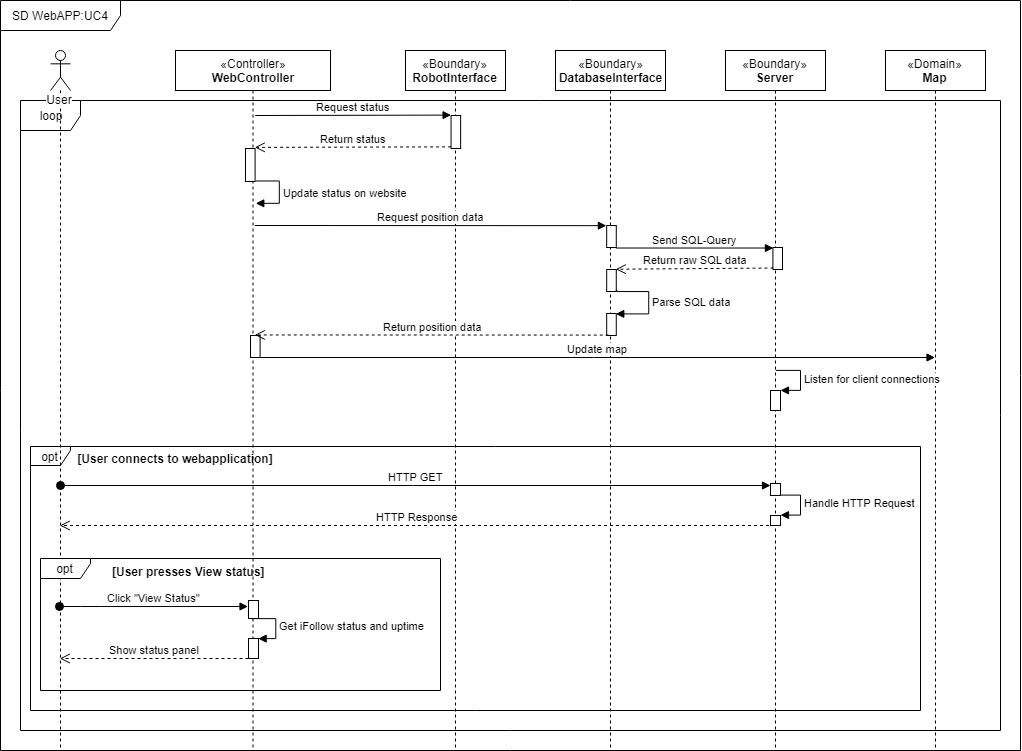
MkLJensen/iFollow keeps this draw.io diagram as Arkitektur/System Sekvens Diagrammer/WebAPP_SD_UC4.png. Above is the earlier version. Source tidied: cells renumbered, new cells last; positions are measured from the earlier drawing's top-left corner, leaving out a move shared by most shapes.
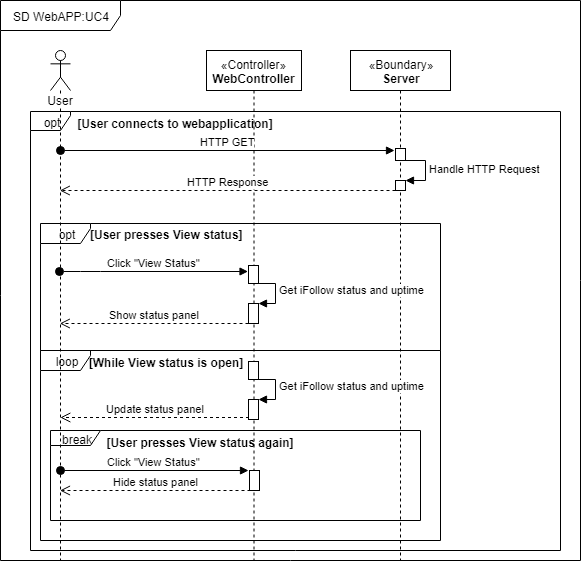
The same file after the commit.

What changed in the source:
```diff
@@ -2,179 +2,131 @@
   <root>
     <mxCell id="0" />
     <mxCell id="1" parent="0" />
+    <mxCell id="4" value="loop" style="shape=umlFrame;whiteSpace=wrap;html=1;width=50;height=20;" parent="1" vertex="1">
+      <mxGeometry x="40" y="350" width="400" height="190" as="geometry" />
+    </mxCell>
+    <mxCell id="43" value="break" style="shape=umlFrame;whiteSpace=wrap;html=1;width=50;height=15;" parent="1" vertex="1">
+      <mxGeometry x="50" y="430" width="370" height="90" as="geometry" />
+    </mxCell>
+    <mxCell id="37" value="opt" style="shape=umlFrame;whiteSpace=wrap;html=1;width=50;height=20;" parent="1" vertex="1">
+      <mxGeometry x="40" y="223" width="400" height="127" as="geometry" />
+    </mxCell>
+    <mxCell id="3" value="SD WebAPP:UC4" style="shape=umlFrame;whiteSpace=wrap;html=1;width=120;height=30;" parent="1" vertex="1">
+      <mxGeometry width="580" height="560" as="geometry" />
+    </mxCell>
     <mxCell id="2" value="&lt;span&gt;«Controller»&lt;/span&gt;&lt;br&gt;&lt;b&gt;WebController&lt;/b&gt;" style="shape=umlLifeline;perimeter=lifelinePerimeter;whiteSpace=wrap;html=1;" parent="1" vertex="1">
-      <mxGeometry x="175" y="50" width="155" height="700" as="geometry" />
+      <mxGeometry x="206" y="50" width="95" height="510" as="geometry" />
     </mxCell>
-    <mxCell id="3" value="SD WebAPP:UC4" style="shape=umlFrame;whiteSpace=wrap;html=1;width=120;height=30;" parent="1" vertex="1">
-      <mxGeometry width="1020" height="750" as="geometry" />
-    </mxCell>
-    <mxCell id="4" value="loop" style="shape=umlFrame;whiteSpace=wrap;html=1;" parent="1" vertex="1">
-      <mxGeometry x="20" y="100" width="980" height="630" as="geometry" />
-    </mxCell>
     <mxCell id="5" value="opt" style="shape=umlFrame;whiteSpace=wrap;html=1;width=40;height=19;" parent="1" vertex="1">
-      <mxGeometry x="30" y="446" width="890" height="264" as="geometry" />
+      <mxGeometry x="30" y="111" width="530" height="439" as="geometry" />
     </mxCell>
     <mxCell id="6" value="User" style="shape=umlLifeline;participant=umlActor;perimeter=lifelinePerimeter;whiteSpace=wrap;html=1;verticalAlign=top;spacingTop=36;labelBackgroundColor=#ffffff;outlineConnect=0;" parent="1" vertex="1">
-      <mxGeometry x="50" y="50" width="20" height="700" as="geometry" />
+      <mxGeometry x="50" y="50" width="20" height="510" as="geometry" />
     </mxCell>
-    <mxCell id="7" value="&lt;span&gt;«Boundary»&lt;/span&gt;&lt;br&gt;&lt;b&gt;DatabaseInterface&lt;/b&gt;" style="shape=umlLifeline;perimeter=lifelinePerimeter;whiteSpace=wrap;html=1;" parent="1" vertex="1">
-      <mxGeometry x="555" y="50" width="110" height="700" as="geometry" />
-    </mxCell>
-    <mxCell id="8" value="&lt;span&gt;«Boundary»&lt;/span&gt;&lt;br&gt;&lt;b&gt;RobotInterface&lt;/b&gt;" style="shape=umlLifeline;perimeter=lifelinePerimeter;whiteSpace=wrap;html=1;" parent="1" vertex="1">
-      <mxGeometry x="405" y="50" width="100" height="700" as="geometry" />
-    </mxCell>
-    <mxCell id="9" value="&lt;span&gt;«Domain»&lt;/span&gt;&lt;br&gt;&lt;b&gt;Map&lt;/b&gt;" style="shape=umlLifeline;perimeter=lifelinePerimeter;whiteSpace=wrap;html=1;outlineConnect=0;" parent="1" vertex="1">
-      <mxGeometry x="885" y="50" width="100" height="700" as="geometry" />
-    </mxCell>
     <mxCell id="10" value="&lt;span&gt;«Boundary»&lt;/span&gt;&lt;br&gt;&lt;b&gt;Server&lt;/b&gt;" style="shape=umlLifeline;perimeter=lifelinePerimeter;whiteSpace=wrap;html=1;" parent="1" vertex="1">
-      <mxGeometry x="725" y="50" width="100" height="700" as="geometry" />
+      <mxGeometry x="350" y="50" width="100" height="510" as="geometry" />
     </mxCell>
     <mxCell id="11" style="html=1;points=[];perimeter=orthogonalPerimeter;" parent="10" vertex="1">
-      <mxGeometry x="45" y="465" width="10" height="10" as="geometry" />
+      <mxGeometry x="45" y="130" width="10" height="10" as="geometry" />
     </mxCell>
     <mxCell id="12" value="Handle HTTP Request" style="edgeStyle=orthogonalEdgeStyle;html=1;align=left;spacingLeft=2;endArrow=block;rounded=0;entryX=1;entryY=0;" parent="10" edge="1" target="11">
       <mxGeometry relative="1" as="geometry">
-        <mxPoint x="50" y="445" as="sourcePoint" />
+        <mxPoint x="50" y="110" as="sourcePoint" />
         <Array as="points">
-          <mxPoint x="75" y="445" />
+          <mxPoint x="75" y="110" />
         </Array>
       </mxGeometry>
     </mxCell>
     <mxCell id="13" style="html=1;points=[];perimeter=orthogonalPerimeter;" parent="10" vertex="1">
-      <mxGeometry x="45" y="433" width="10" height="12" as="geometry" />
+      <mxGeometry x="45" y="98" width="10" height="12" as="geometry" />
     </mxCell>
     <mxCell id="14" value="Click &quot;View Status&quot;" style="html=1;verticalAlign=bottom;startArrow=oval;endArrow=block;startSize=8;" parent="1" edge="1">
       <mxGeometry relative="1" as="geometry">
-        <mxPoint x="59.3" y="606" as="sourcePoint" />
-        <mxPoint x="247.5" y="606" as="targetPoint" />
+        <mxPoint x="59.3" y="271" as="sourcePoint" />
+        <mxPoint x="247.5" y="271" as="targetPoint" />
         <Array as="points">
-          <mxPoint x="90" y="606" />
+          <mxPoint x="90" y="271" />
         </Array>
       </mxGeometry>
     </mxCell>
     <mxCell id="15" value="[User connects to webapplication]" style="text;align=center;fontStyle=1;verticalAlign=middle;spacingLeft=3;spacingRight=3;strokeColor=none;" parent="1" vertex="1">
-      <mxGeometry x="135" y="446" width="80" height="26" as="geometry" />
+      <mxGeometry x="135" y="111" width="80" height="26" as="geometry" />
     </mxCell>
-    <mxCell id="16" value="HTTP GET" style="html=1;verticalAlign=bottom;startArrow=oval;startFill=1;endArrow=block;startSize=8;" parent="1" edge="1">
+    <mxCell id="16" value="HTTP GET" style="html=1;verticalAlign=bottom;startArrow=oval;startFill=1;endArrow=block;startSize=8;entryX=-0.138;entryY=0.171;entryDx=0;entryDy=0;entryPerimeter=0;" parent="1" edge="1" target="13">
       <mxGeometry relative="1" as="geometry">
-        <mxPoint x="60" y="485" as="sourcePoint" />
-        <mxPoint x="770" y="485" as="targetPoint" />
+        <mxPoint x="60" y="150" as="sourcePoint" />
       </mxGeometry>
     </mxCell>
-    <mxCell id="17" value="HTTP Response" style="html=1;verticalAlign=bottom;endArrow=open;dashed=1;endSize=8;" parent="1" edge="1">
+    <mxCell id="17" value="HTTP Response" style="html=1;verticalAlign=bottom;endArrow=open;dashed=1;endSize=8;exitX=-0.043;exitY=1.005;exitDx=0;exitDy=0;exitPerimeter=0;" parent="1" edge="1" source="11">
       <mxGeometry relative="1" as="geometry">
-        <mxPoint x="774.5" y="525" as="sourcePoint" />
-        <mxPoint x="59.3" y="525" as="targetPoint" />
+        <mxPoint x="59.3" y="190" as="targetPoint" />
       </mxGeometry>
     </mxCell>
-    <mxCell id="18" style="group;" parent="1" vertex="1">
-      <mxGeometry x="250" y="115" width="537" height="242" as="geometry" />
-    </mxCell>
-    <mxCell id="19" value="Update status on website" style="edgeStyle=orthogonalEdgeStyle;html=1;align=left;spacingLeft=2;endArrow=block;rounded=0;" parent="18" edge="1">
-      <mxGeometry relative="1" as="geometry">
-        <mxPoint x="4.8" y="66" as="sourcePoint" />
-        <mxPoint x="5" y="88" as="targetPoint" />
-        <Array as="points">
-          <mxPoint x="28.8" y="66" />
-        </Array>
-      </mxGeometry>
-    </mxCell>
-    <mxCell id="20" style="html=1;perimeter=orthogonalPerimeter;" parent="18" vertex="1">
-      <mxGeometry y="220" width="9.6" height="22" as="geometry" />
-    </mxCell>
-    <mxCell id="21" style="html=1;points=[];perimeter=orthogonalPerimeter;" parent="18" vertex="1">
-      <mxGeometry x="356.2" y="110" width="9.6" height="22" as="geometry" />
-    </mxCell>
-    <mxCell id="22" style="html=1;points=[];perimeter=orthogonalPerimeter;" parent="18" vertex="1">
-      <mxGeometry x="356.2" y="154" width="9.6" height="22" as="geometry" />
-    </mxCell>
-    <mxCell id="23" style="html=1;points=[];perimeter=orthogonalPerimeter;" parent="18" vertex="1">
-      <mxGeometry x="356.2" y="198" width="9.6" height="22" as="geometry" />
-    </mxCell>
-    <mxCell id="24" value="Parse SQL data" style="edgeStyle=orthogonalEdgeStyle;html=1;align=left;spacingLeft=2;endArrow=block;rounded=0;entryX=1;entryY=0;exitX=0.989;exitY=0.955;exitDx=0;exitDy=0;exitPerimeter=0;" parent="18" edge="1" source="22" target="23">
-      <mxGeometry relative="1" as="geometry">
-        <Array as="points">
-          <mxPoint x="366" y="176" />
-          <mxPoint x="398" y="176" />
-          <mxPoint x="398" y="198" />
-        </Array>
-      </mxGeometry>
-    </mxCell>
-    <mxCell id="25" style="html=1;points=[];perimeter=orthogonalPerimeter;" parent="18" vertex="1">
-      <mxGeometry x="522.4" y="132" width="9.6" height="22" as="geometry" />
-    </mxCell>
-    <mxCell id="26" style="html=1;points=[];perimeter=orthogonalPerimeter;" parent="18" vertex="1">
-      <mxGeometry x="200.5" width="9.6" height="33" as="geometry" />
-    </mxCell>
-    <mxCell id="27" value="Request status" style="html=1;verticalAlign=bottom;endArrow=block;entryX=0;entryY=0;" parent="18" edge="1" target="26">
-      <mxGeometry relative="1" as="geometry">
-        <mxPoint x="4.8" as="sourcePoint" />
-      </mxGeometry>
-    </mxCell>
-    <mxCell id="28" value="Return status" style="html=1;verticalAlign=bottom;endArrow=open;dashed=1;endSize=8;exitX=0;exitY=0.95;" parent="18" edge="1" source="26">
-      <mxGeometry relative="1" as="geometry">
-        <mxPoint x="4.3" y="31.9" as="targetPoint" />
-      </mxGeometry>
-    </mxCell>
-    <mxCell id="29" value="Request position data" style="html=1;verticalAlign=bottom;endArrow=block;entryX=0;entryY=0;" parent="18" edge="1" target="21">
-      <mxGeometry relative="1" as="geometry">
-        <mxPoint x="4.3" y="110" as="sourcePoint" />
-      </mxGeometry>
-    </mxCell>
-    <mxCell id="30" value="Send SQL-Query" style="html=1;verticalAlign=bottom;endArrow=block;entryX=0;entryY=0;exitX=0.954;exitY=1.015;exitDx=0;exitDy=0;exitPerimeter=0;" parent="18" edge="1" source="21" target="25">
-      <mxGeometry relative="1" as="geometry" />
-    </mxCell>
-    <mxCell id="31" value="Return raw SQL data" style="html=1;verticalAlign=bottom;endArrow=open;dashed=1;endSize=8;exitX=0;exitY=0.95;entryX=0.954;entryY=0;entryDx=0;entryDy=0;entryPerimeter=0;" parent="18" edge="1" source="25" target="22">
-      <mxGeometry relative="1" as="geometry" />
-    </mxCell>
-    <mxCell id="32" value="Return position data" style="html=1;verticalAlign=bottom;endArrow=open;dashed=1;endSize=8;exitX=0.2;exitY=1;exitDx=0;exitDy=0;exitPerimeter=0;" parent="18" edge="1" source="23">
-      <mxGeometry relative="1" as="geometry">
-        <mxPoint x="4.3" y="219.5" as="targetPoint" />
-      </mxGeometry>
-    </mxCell>
-    <mxCell id="33" value="Update map" style="html=1;verticalAlign=bottom;endArrow=block;" parent="18" edge="1" target="9">
-      <mxGeometry relative="1" as="geometry">
-        <mxPoint x="9.6" y="242" as="sourcePoint" />
-      </mxGeometry>
-    </mxCell>
-    <mxCell id="34" style="html=1;perimeter=orthogonalPerimeter;" parent="18" vertex="1">
-      <mxGeometry x="-5" y="33" width="9.6" height="33" as="geometry" />
-    </mxCell>
-    <mxCell id="35" value="Listen for client connections" style="edgeStyle=orthogonalEdgeStyle;html=1;align=left;spacingLeft=2;endArrow=block;rounded=0;entryX=1;entryY=0;" parent="1" edge="1" target="36">
-      <mxGeometry relative="1" as="geometry">
-        <mxPoint x="775" y="370" as="sourcePoint" />
-        <Array as="points">
-          <mxPoint x="800" y="370" />
-        </Array>
-      </mxGeometry>
-    </mxCell>
-    <mxCell id="36" style="html=1;points=[];perimeter=orthogonalPerimeter;" parent="1" vertex="1">
-      <mxGeometry x="770" y="390" width="10" height="20" as="geometry" />
-    </mxCell>
-    <mxCell id="37" value="opt" style="shape=umlFrame;whiteSpace=wrap;html=1;width=50;height=20;" parent="1" vertex="1">
-      <mxGeometry x="40" y="558" width="400" height="132" as="geometry" />
-    </mxCell>
     <mxCell id="38" value="[User presses View status]" style="text;align=center;fontStyle=1;verticalAlign=middle;spacingLeft=3;spacingRight=3;strokeColor=none;" parent="1" vertex="1">
-      <mxGeometry x="148.7" y="561.9" width="79.1" height="20.4" as="geometry" />
+      <mxGeometry x="126.7" y="224.9" width="79.1" height="20.4" as="geometry" />
     </mxCell>
     <mxCell id="39" style="html=1;perimeter=orthogonalPerimeter;" parent="1" vertex="1">
-      <mxGeometry x="248" y="600" width="10" height="18" as="geometry" />
+      <mxGeometry x="248" y="265" width="10" height="18" as="geometry" />
     </mxCell>
     <mxCell id="40" style="html=1;points=[];perimeter=orthogonalPerimeter;" parent="1" vertex="1">
-      <mxGeometry x="248" y="638" width="10" height="20" as="geometry" />
+      <mxGeometry x="248" y="303" width="10" height="20" as="geometry" />
     </mxCell>
     <mxCell id="41" value="Get iFollow status and uptime" style="edgeStyle=orthogonalEdgeStyle;html=1;align=left;spacingLeft=2;endArrow=block;rounded=0;entryX=1;entryY=0;" parent="1" edge="1" target="40">
       <mxGeometry relative="1" as="geometry">
-        <mxPoint x="250" y="618" as="sourcePoint" />
+        <mxPoint x="250" y="283" as="sourcePoint" />
         <Array as="points">
-          <mxPoint x="275" y="618" />
+          <mxPoint x="275" y="283" />
         </Array>
       </mxGeometry>
     </mxCell>
-    <mxCell id="42" value="Show status panel" style="html=1;verticalAlign=bottom;endArrow=open;dashed=1;endSize=8;" parent="1" edge="1" target="6">
+    <mxCell id="42" value="Show status panel" style="html=1;verticalAlign=bottom;endArrow=open;dashed=1;endSize=8;" parent="1" edge="1">
       <mxGeometry relative="1" as="geometry">
-        <mxPoint x="248" y="658" as="sourcePoint" />
+        <mxPoint x="248" y="323" as="sourcePoint" />
+        <mxPoint x="59.3" y="323" as="targetPoint" />
       </mxGeometry>
     </mxCell>
+    <mxCell id="44" style="html=1;perimeter=orthogonalPerimeter;" parent="1" vertex="1">
+      <mxGeometry x="248" y="361" width="10" height="18" as="geometry" />
+    </mxCell>
+    <mxCell id="45" style="html=1;points=[];perimeter=orthogonalPerimeter;" parent="1" vertex="1">
+      <mxGeometry x="248" y="399" width="10" height="20" as="geometry" />
+    </mxCell>
+    <mxCell id="46" value="Get iFollow status and uptime" style="edgeStyle=orthogonalEdgeStyle;html=1;align=left;spacingLeft=2;endArrow=block;rounded=0;entryX=1;entryY=0;" parent="1" edge="1" target="45">
+      <mxGeometry relative="1" as="geometry">
+        <mxPoint x="250" y="379" as="sourcePoint" />
+        <Array as="points">
+          <mxPoint x="275" y="379" />
+        </Array>
+      </mxGeometry>
+    </mxCell>
+    <mxCell id="47" value="Update status panel" style="html=1;verticalAlign=bottom;endArrow=open;dashed=1;endSize=8;" parent="1" edge="1">
+      <mxGeometry relative="1" as="geometry">
+        <mxPoint x="248.5" y="417" as="sourcePoint" />
+        <mxPoint x="59.8" y="417" as="targetPoint" />
+      </mxGeometry>
+    </mxCell>
+    <mxCell id="48" value="[While View status is open]" style="text;align=center;fontStyle=1;verticalAlign=middle;spacingLeft=3;spacingRight=3;strokeColor=none;" parent="1" vertex="1">
+      <mxGeometry x="126" y="350" width="80" height="26" as="geometry" />
+    </mxCell>
+    <mxCell id="49" value="Click &quot;View Status&quot;" style="html=1;verticalAlign=bottom;startArrow=oval;endArrow=block;startSize=8;" parent="1" edge="1">
+      <mxGeometry relative="1" as="geometry">
+        <mxPoint x="59.8" y="470" as="sourcePoint" />
+        <mxPoint x="248" y="470" as="targetPoint" />
+        <Array as="points">
+          <mxPoint x="90.5" y="470" />
+        </Array>
+      </mxGeometry>
+    </mxCell>
+    <mxCell id="50" value="[User presses View status again]" style="text;align=center;fontStyle=1;verticalAlign=middle;spacingLeft=3;spacingRight=3;strokeColor=none;" parent="1" vertex="1">
+      <mxGeometry x="160" y="430" width="80" height="26" as="geometry" />
+    </mxCell>
+    <mxCell id="51" style="html=1;perimeter=orthogonalPerimeter;" parent="1" vertex="1">
+      <mxGeometry x="249" y="470" width="10" height="20" as="geometry" />
+    </mxCell>
+    <mxCell id="52" value="Hide status panel" style="html=1;verticalAlign=bottom;endArrow=open;dashed=1;endSize=8;" parent="1" edge="1" target="6">
+      <mxGeometry relative="1" as="geometry">
+        <mxPoint x="250" y="490" as="sourcePoint" />
+      </mxGeometry>
+    </mxCell>
   </root>
 </mxGraphModel>
```
